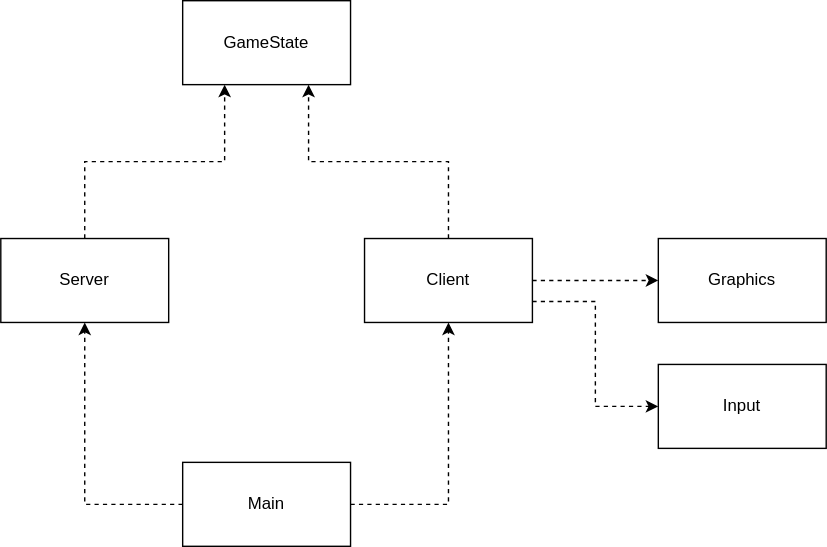
Above: architecture.drawio.svg in horup/zombiedodgeball (draw.io), before the change. Source tidied: cells renumbered, new cells last; positions are measured from the earlier drawing's top-left corner, leaving out a move shared by most shapes.
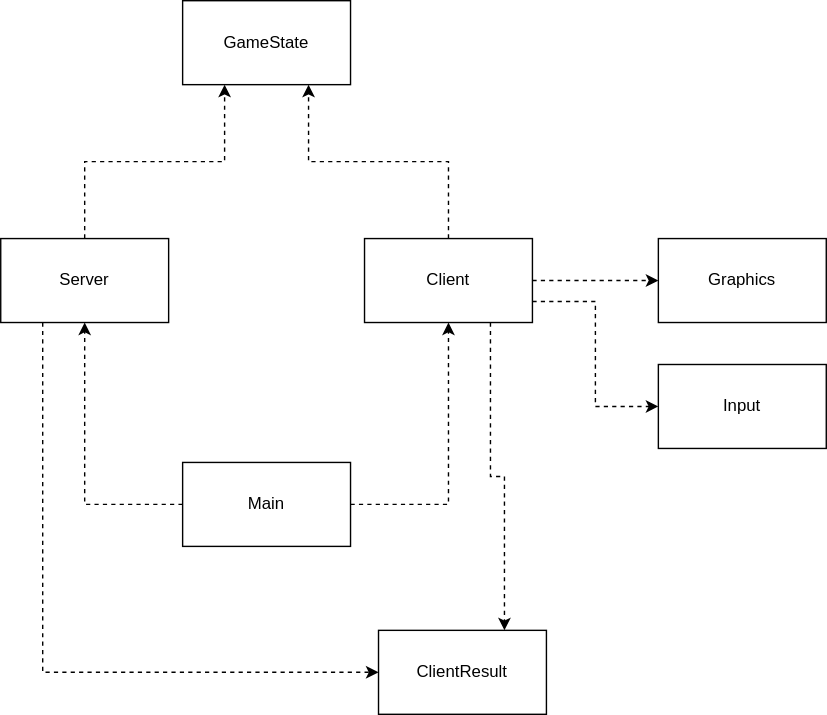
The same diagram one commit later.

Change to the diagram source:
```diff
@@ -5,6 +5,9 @@
     <mxCell id="2" style="edgeStyle=orthogonalEdgeStyle;rounded=0;jettySize=auto;html=1;exitX=0.5;exitY=0;exitDx=0;exitDy=0;entryX=0.25;entryY=1;entryDx=0;entryDy=0;dashed=1;" parent="1" edge="1" source="3" target="8">
       <mxGeometry relative="1" as="geometry" />
     </mxCell>
+    <mxCell id="14" style="edgeStyle=orthogonalEdgeStyle;rounded=0;jettySize=auto;html=1;exitX=0.25;exitY=1;exitDx=0;exitDy=0;entryX=0;entryY=0.5;entryDx=0;entryDy=0;dashed=1;" parent="1" edge="1" source="3" target="16">
+      <mxGeometry relative="1" as="geometry" />
+    </mxCell>
     <mxCell id="3" value="Server" style="rounded=0;whiteSpace=wrap;html=1;" parent="1" vertex="1">
       <mxGeometry y="170" width="120" height="60" as="geometry" />
     </mxCell>
@@ -17,6 +20,9 @@
     <mxCell id="6" style="edgeStyle=orthogonalEdgeStyle;rounded=0;jettySize=auto;html=1;exitX=1;exitY=0.75;exitDx=0;exitDy=0;entryX=0;entryY=0.5;entryDx=0;entryDy=0;dashed=1;" parent="1" edge="1" source="7" target="10">
       <mxGeometry relative="1" as="geometry" />
     </mxCell>
+    <mxCell id="15" style="edgeStyle=orthogonalEdgeStyle;rounded=0;jettySize=auto;html=1;exitX=0.75;exitY=1;exitDx=0;exitDy=0;entryX=0.75;entryY=0;entryDx=0;entryDy=0;dashed=1;" parent="1" edge="1" source="7" target="16">
+      <mxGeometry relative="1" as="geometry" />
+    </mxCell>
     <mxCell id="7" value="Client" style="rounded=0;whiteSpace=wrap;html=1;" parent="1" vertex="1">
       <mxGeometry x="260" y="170" width="120" height="60" as="geometry" />
     </mxCell>
@@ -38,5 +44,8 @@
     <mxCell id="13" value="Main" style="rounded=0;whiteSpace=wrap;html=1;" parent="1" vertex="1">
       <mxGeometry x="130" y="330" width="120" height="60" as="geometry" />
     </mxCell>
+    <mxCell id="16" value="ClientResult" style="rounded=0;whiteSpace=wrap;html=1;" parent="1" vertex="1">
+      <mxGeometry x="270" y="450" width="120" height="60" as="geometry" />
+    </mxCell>
   </root>
 </mxGraphModel>
```
